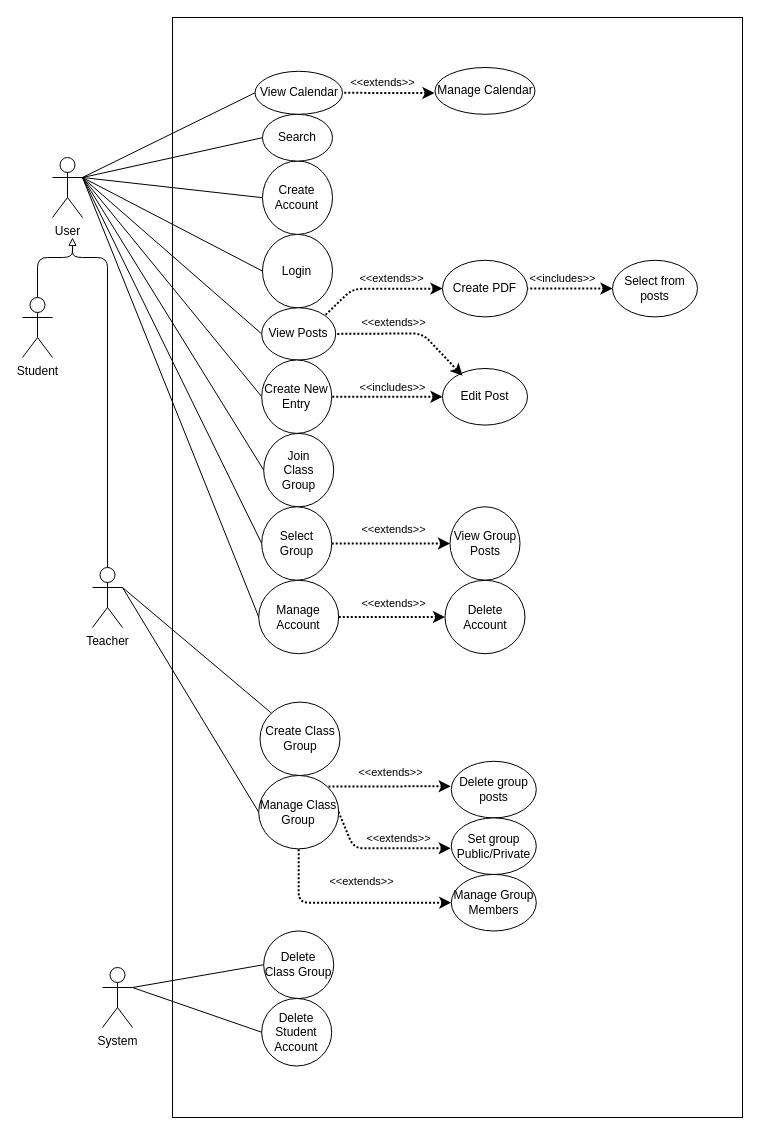
Above: UseCase.drawio in VadathHeilsang/430DreamTeam (draw.io), before the change. Source tidied: cells renumbered, new cells numbered last; positions are measured from the earlier drawing's top-left corner, leaving out a move shared by most shapes. Both pictures are drawn from the tidied source at 100%, with x=0, y=0 at pixel (22, 17).
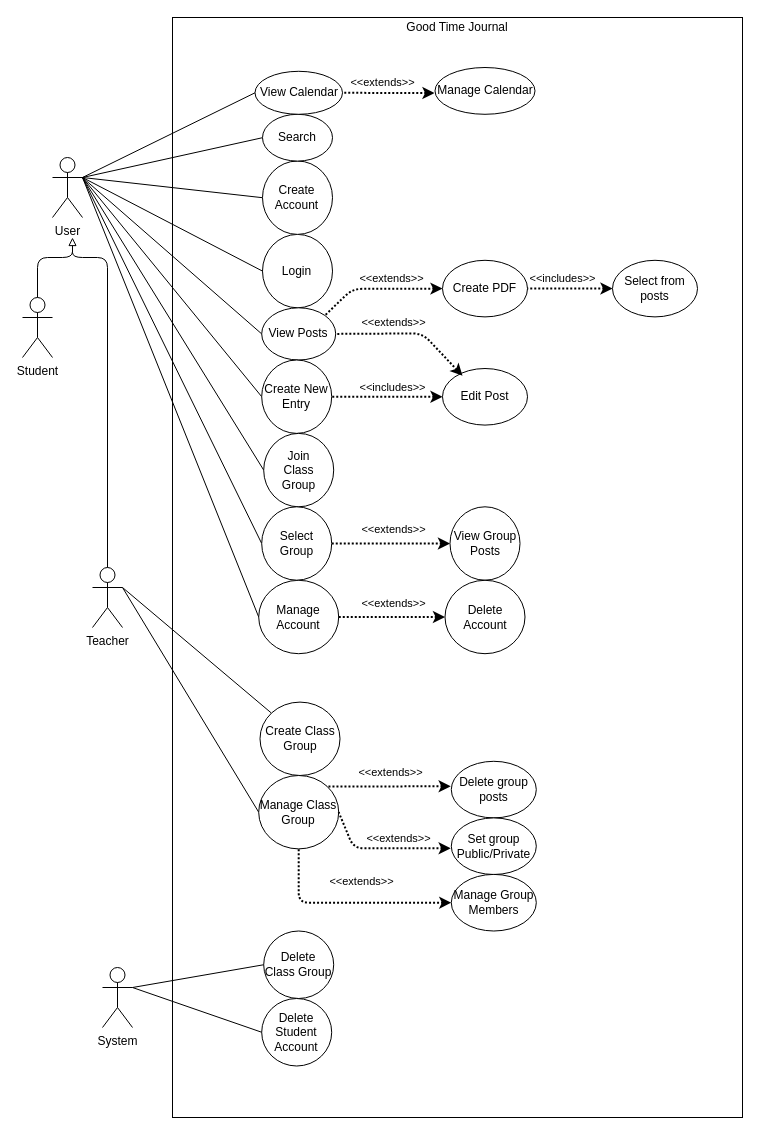
Above is the later version.

Commit message:
Added the "Good Time Journal" text to the rectangle

The edit, as a diff of the source:
```diff
@@
+    <mxCell id="62" value="Good Time Journal" style="text;html=1;strokeColor=none;fillColor=none;align=center;verticalAlign=middle;whiteSpace=wrap;rounded=0;" parent="1" vertex="1">
+      <mxGeometry x="370" width="130" height="20" as="geometry" />
+    </mxCell>
```
